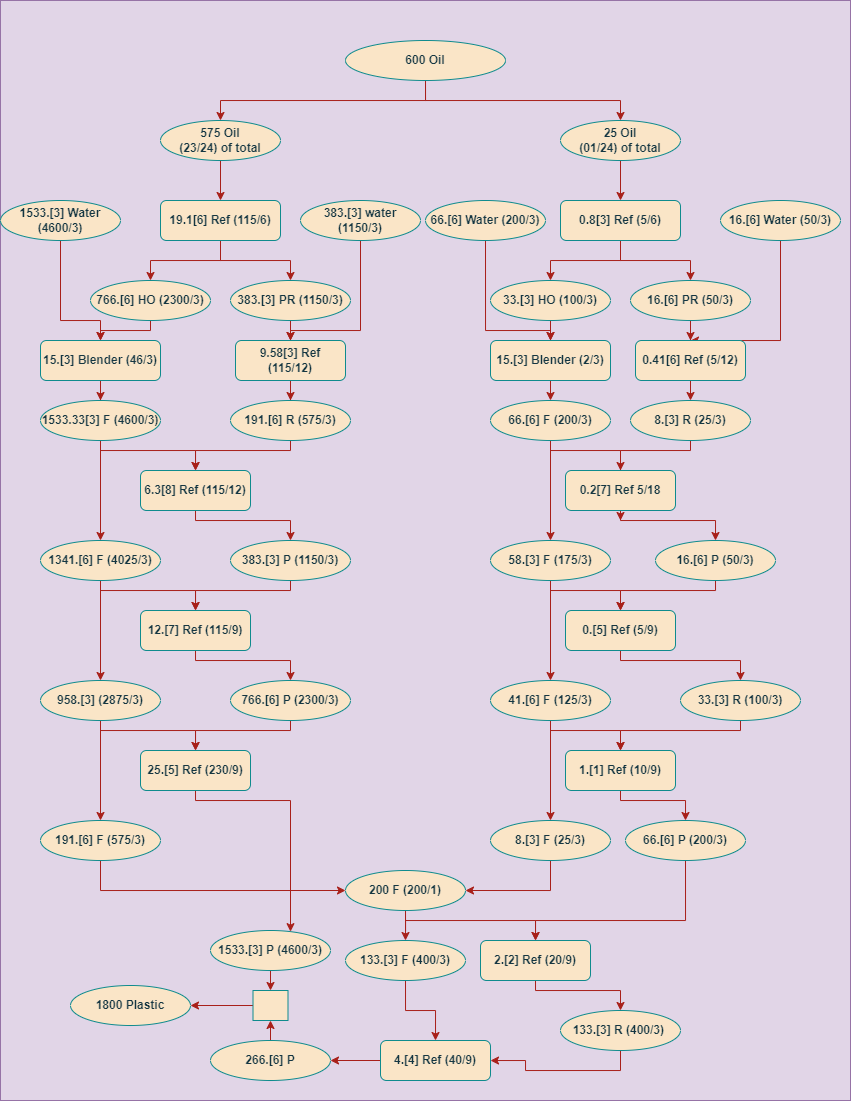
The draw.io diagram 600OilTo1800Plastic.drawio.png in nlarsen31/Factories, before a commit. Source tidied: cells renumbered, new cells last; positions are measured from the earlier drawing's top-left corner, leaving out a move shared by most shapes.
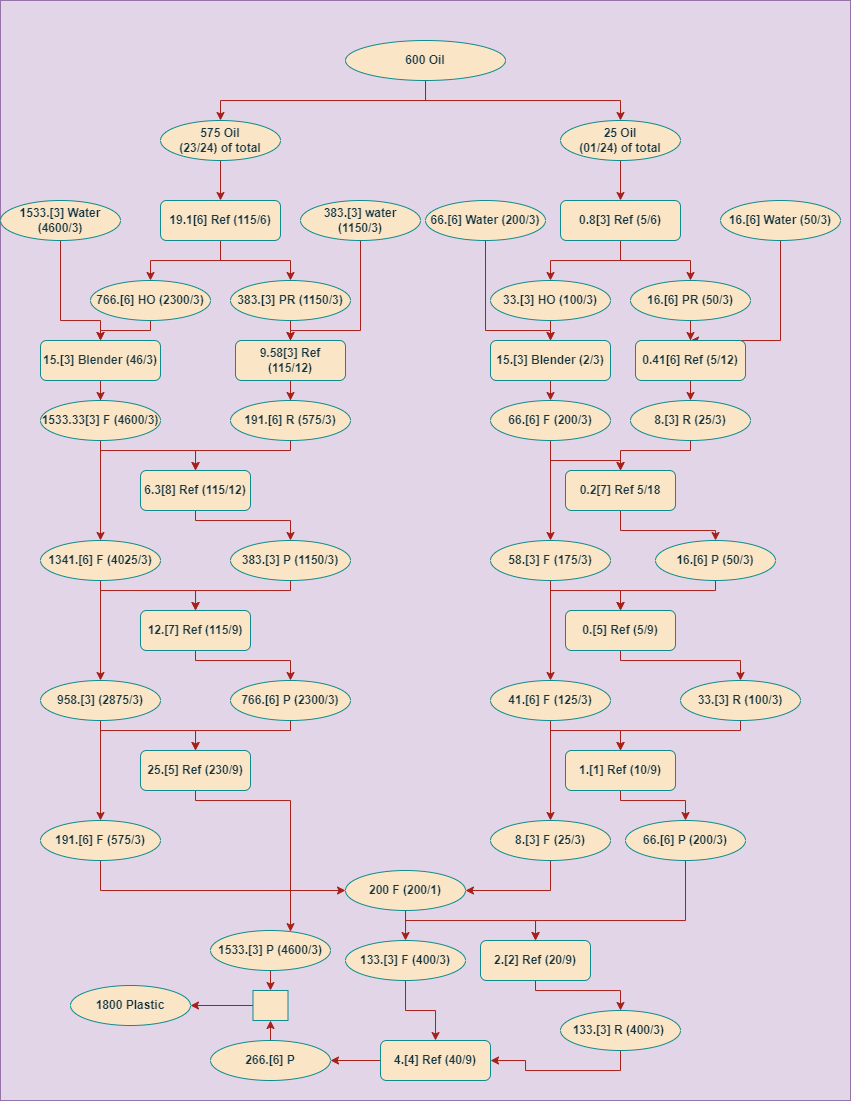
After the change.

Diff of the diagram source:
```diff
@@ -166,18 +166,12 @@
     <mxCell id="44" value="191.[6] R (575/3)" style="ellipse;whiteSpace=wrap;html=1;strokeColor=#0F8B8D;fontColor=#143642;fillColor=#FAE5C7;fontStyle=1;" parent="1" vertex="1">
       <mxGeometry x="230" y="400" width="120" height="40" as="geometry" />
     </mxCell>
-    <mxCell id="45" style="edgeStyle=orthogonalEdgeStyle;rounded=0;jettySize=auto;html=1;exitX=0.5;exitY=1;exitDx=0;exitDy=0;strokeColor=#A8201A;fontColor=#143642;fillColor=#FAE5C7;" parent="1" edge="1" source="47">
-      <mxGeometry relative="1" as="geometry">
-        <mxPoint x="620" y="520" as="targetPoint" />
-        <Array as="points">
-          <mxPoint x="550" y="450" />
-          <mxPoint x="620" y="450" />
-        </Array>
-      </mxGeometry>
-    </mxCell>
     <mxCell id="46" style="edgeStyle=orthogonalEdgeStyle;rounded=0;jettySize=auto;html=1;exitX=0.5;exitY=1;exitDx=0;exitDy=0;strokeColor=#A8201A;fontColor=#143642;fillColor=#FAE5C7;" parent="1" edge="1" source="47" target="63">
       <mxGeometry relative="1" as="geometry" />
     </mxCell>
+    <mxCell id="106" style="edgeStyle=orthogonalEdgeStyle;rounded=0;jettySize=auto;html=1;exitX=0.5;exitY=1;exitDx=0;exitDy=0;entryX=0.5;entryY=0;entryDx=0;entryDy=0;strokeColor=#A8201A;fontColor=#143642;fillColor=#FAE5C7;" parent="1" edge="1" source="47" target="58">
+      <mxGeometry relative="1" as="geometry" />
+    </mxCell>
     <mxCell id="47" value="66.[6] F (200/3)" style="ellipse;whiteSpace=wrap;html=1;strokeColor=#0F8B8D;fontColor=#143642;fillColor=#FAE5C7;fontStyle=1;" parent="1" vertex="1">
       <mxGeometry x="490" y="400" width="120" height="40" as="geometry" />
     </mxCell>
@@ -231,8 +225,8 @@
     <mxCell id="57" style="edgeStyle=orthogonalEdgeStyle;rounded=0;jettySize=auto;html=1;exitX=0.5;exitY=1;exitDx=0;exitDy=0;strokeColor=#A8201A;fontColor=#143642;fillColor=#FAE5C7;" parent="1" edge="1" source="58" target="60">
       <mxGeometry relative="1" as="geometry">
         <Array as="points">
-          <mxPoint x="620" y="520" />
-          <mxPoint x="715" y="520" />
+          <mxPoint x="620" y="530" />
+          <mxPoint x="715" y="530" />
         </Array>
       </mxGeometry>
     </mxCell>
```
